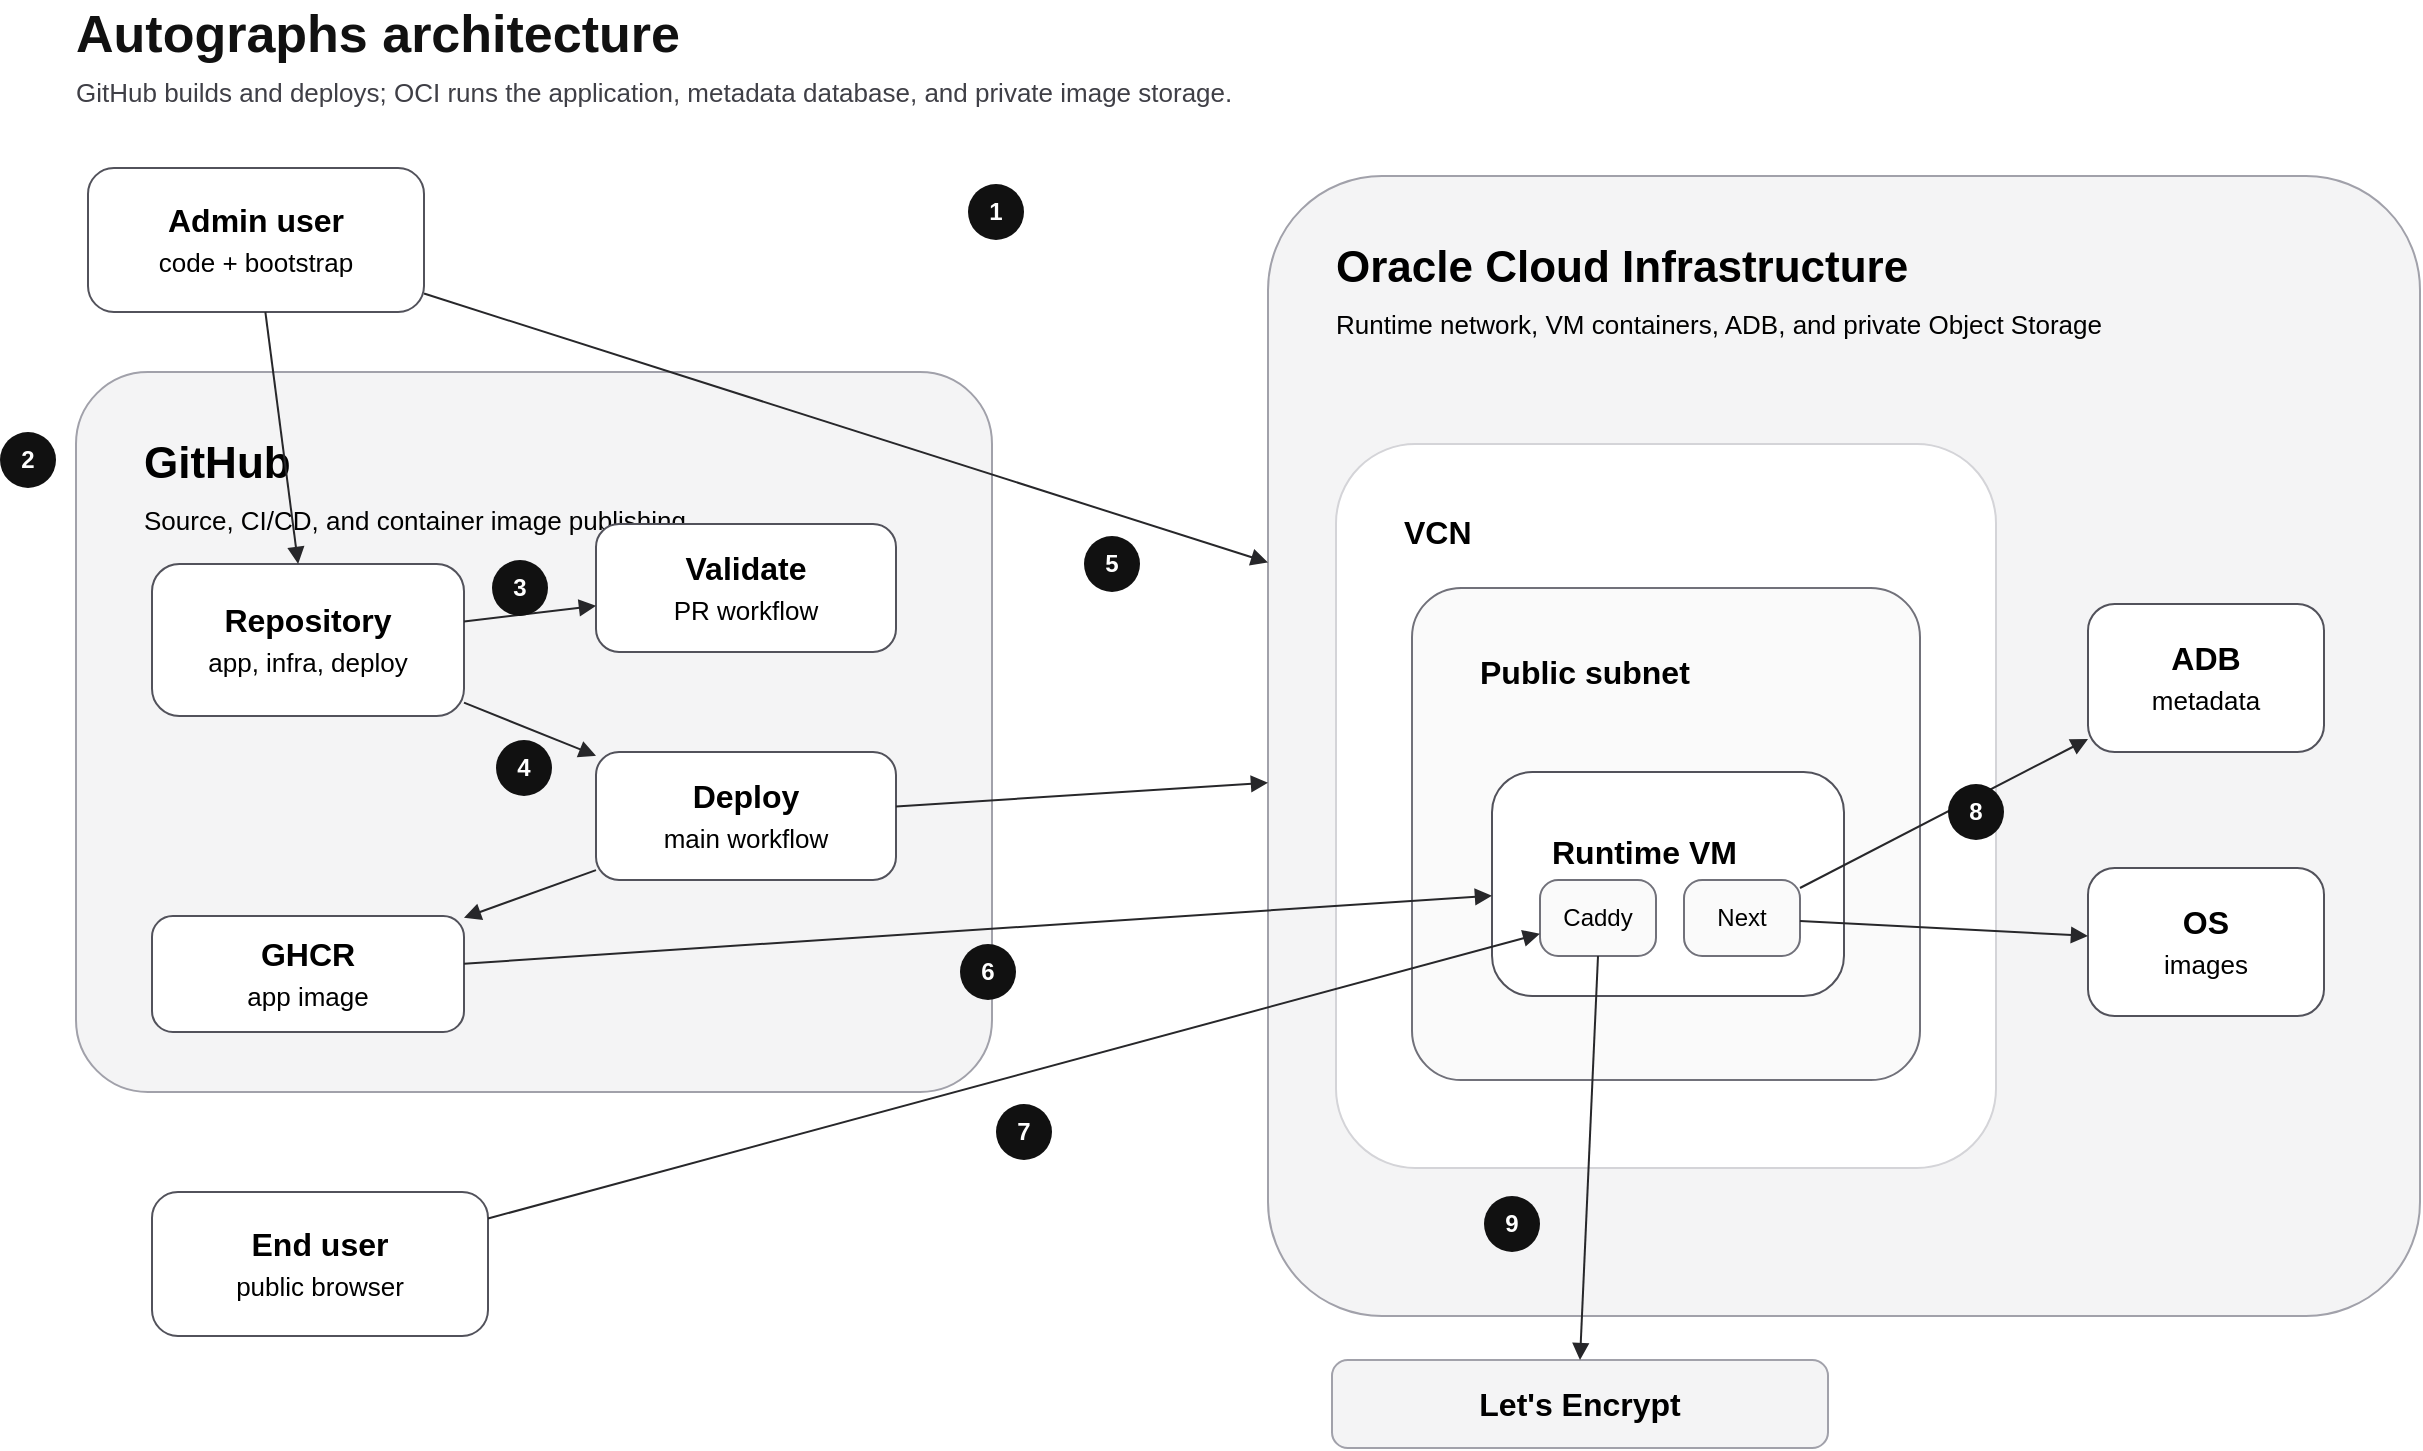
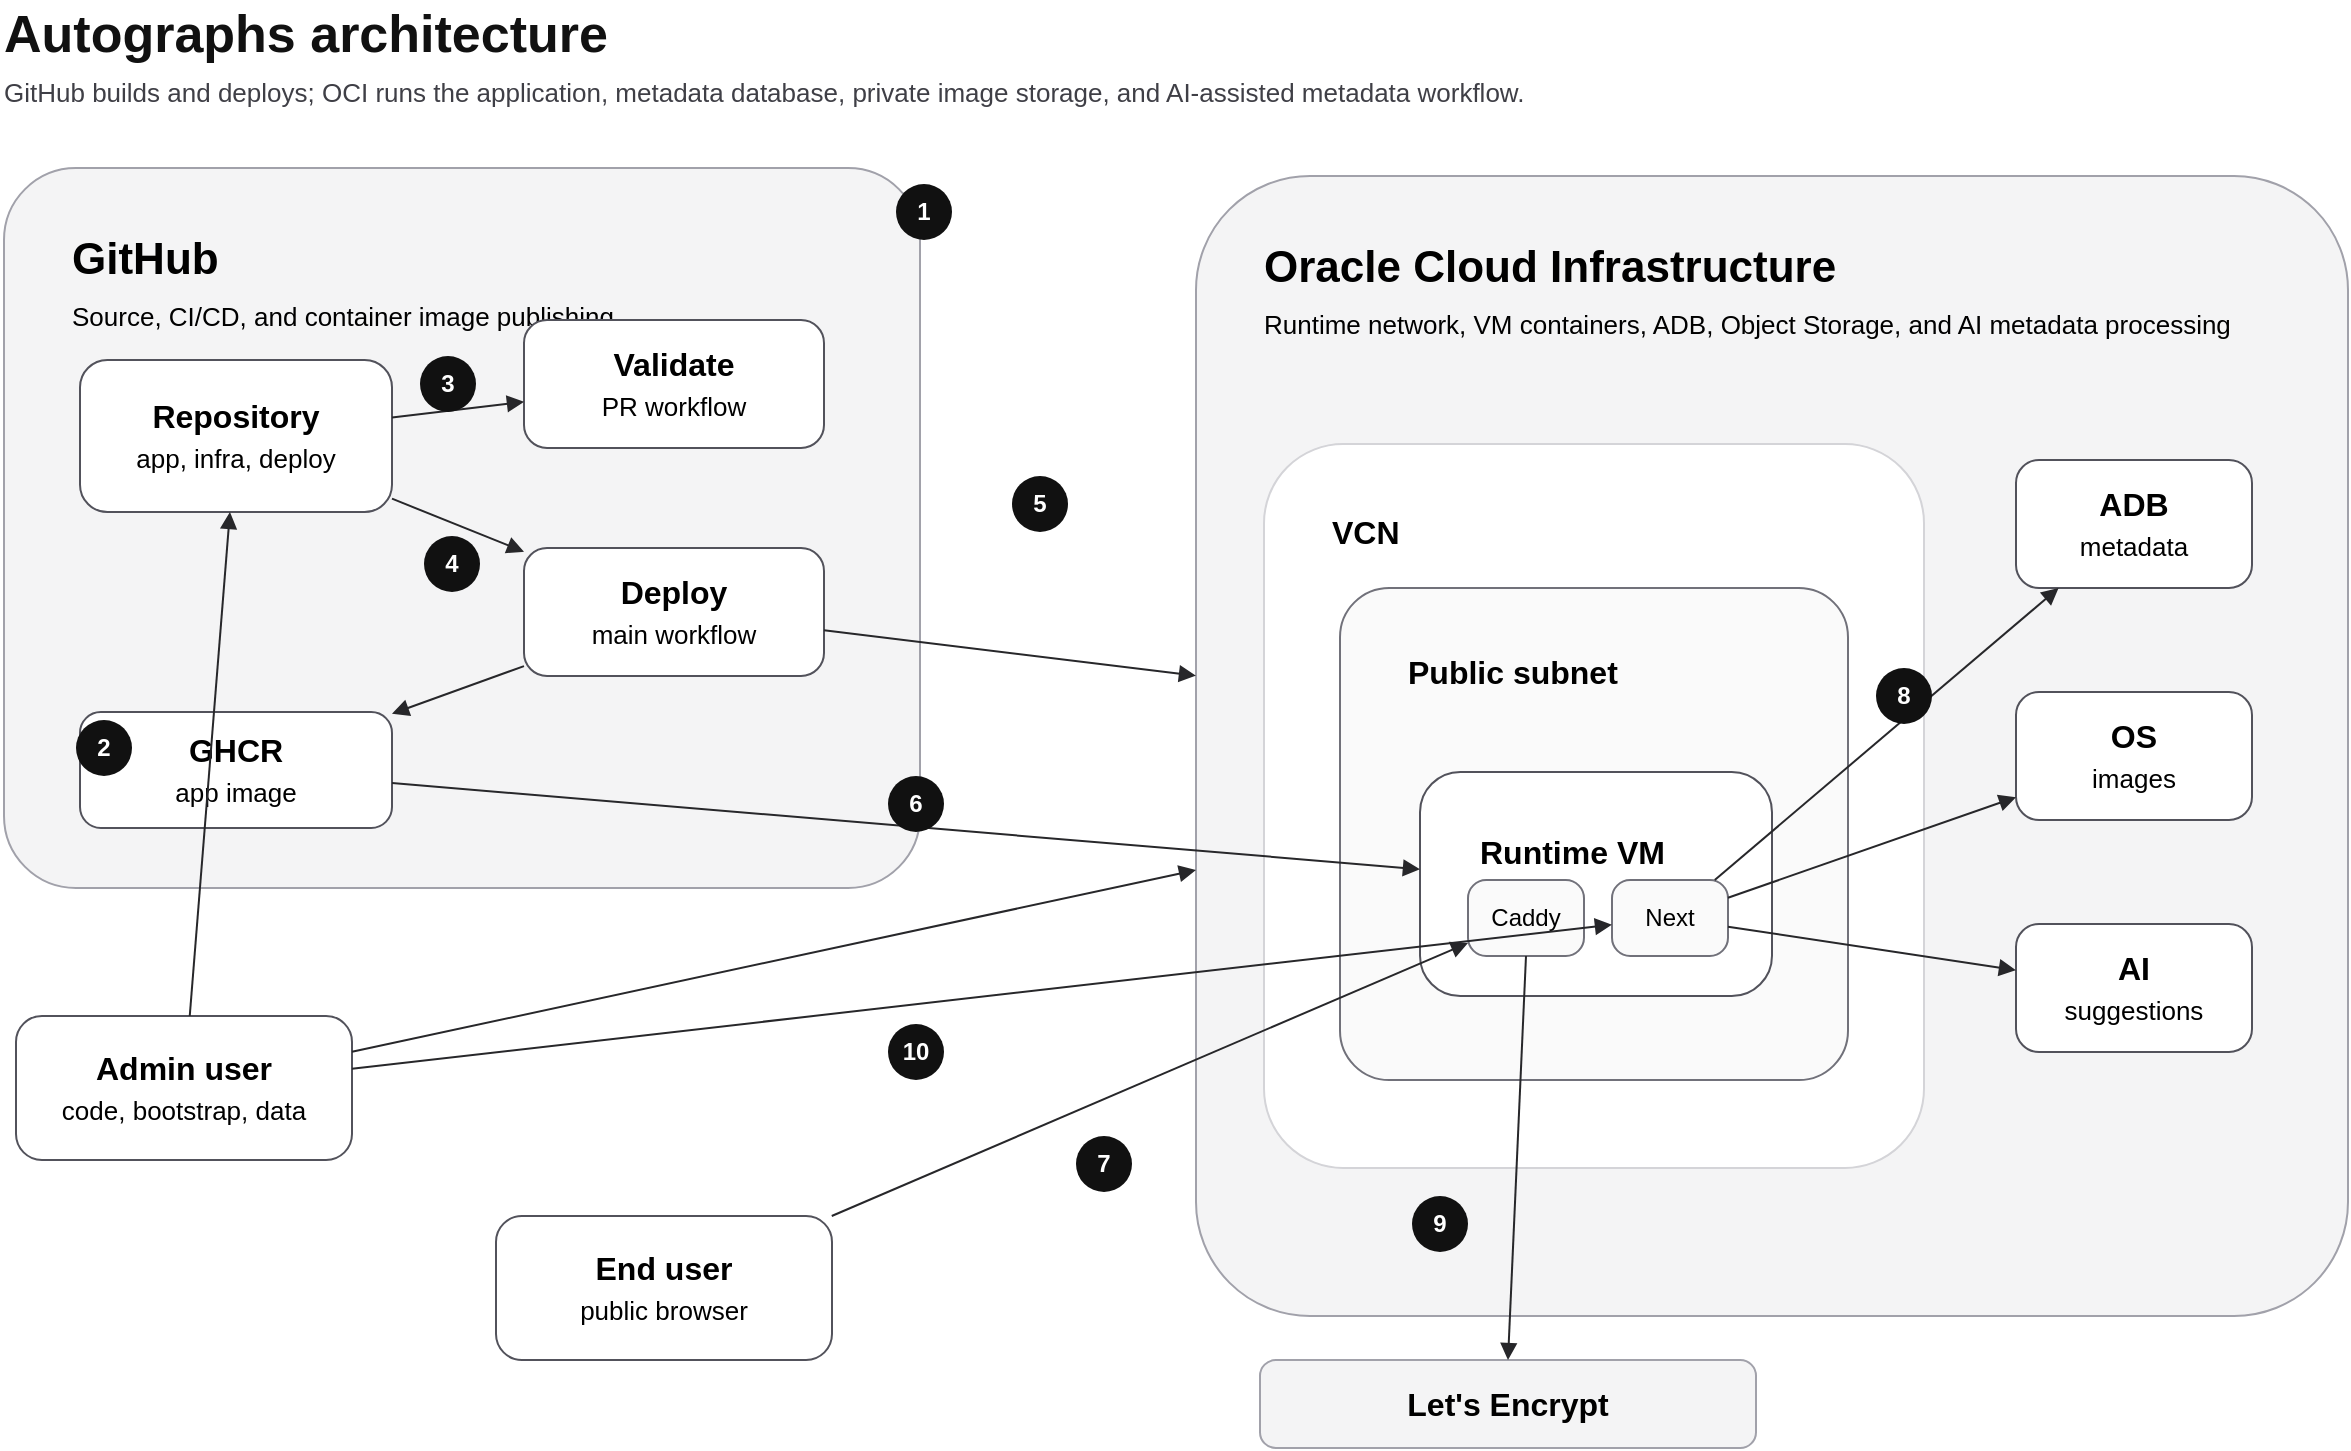
<mxfile host="app.diagrams.net" modified="2026-05-14T00:00:00.000Z" agent="Codex" version="24.7.17" type="device">
  <diagram id="autographs-simplified-architecture" name="Autographs Architecture">
    <mxGraphModel dx="1280" dy="760" grid="1" gridSize="10" guides="1" tooltips="1" connect="1" arrows="1" fold="1" page="1" pageScale="1" pageWidth="1280" pageHeight="760" math="0" shadow="0">
      <root>
        <mxCell id="0" />
        <mxCell id="1" parent="0" />
        <mxCell id="title" value="Autographs architecture" style="text;html=1;strokeColor=none;fillColor=none;fontSize=26;fontStyle=1;fontColor=#111111;align=left;verticalAlign=middle;" vertex="1" parent="1"><mxGeometry x="52" y="28" width="360" height="34" as="geometry" /></mxCell>
-         <mxCell id="subtitle" value="GitHub builds and deploys; OCI runs the application, metadata database, and private image storage." style="text;html=1;strokeColor=none;fillColor=none;fontSize=13;fontColor=#3f3f46;align=left;verticalAlign=middle;" vertex="1" parent="1"><mxGeometry x="52" y="62" width="720" height="24" as="geometry" /></mxCell>
-         <mxCell id="admin" value="&lt;b&gt;Admin user&lt;/b&gt;&lt;br&gt;&lt;font style=&quot;font-size: 13px;&quot;&gt;code + bootstrap&lt;/font&gt;" style="rounded=1;whiteSpace=wrap;html=1;fillColor=#ffffff;strokeColor=#52525b;arcSize=18;fontSize=16;" vertex="1" parent="1"><mxGeometry x="60" y="112" width="168" height="72" as="geometry" /></mxCell>
-         <mxCell id="github-zone" value="GitHub&lt;br&gt;&lt;font style=&quot;font-size: 13px; font-weight: 400;&quot;&gt;Source, CI/CD, and container image publishing&lt;/font&gt;" style="rounded=1;whiteSpace=wrap;html=1;fillColor=#f4f4f5;strokeColor=#a1a1aa;fontStyle=1;fontSize=22;align=left;verticalAlign=top;spacingLeft=32;spacingTop=26;arcSize=10;" vertex="1" parent="1"><mxGeometry x="54" y="214" width="458" height="360" as="geometry" /></mxCell>
-         <mxCell id="repo" value="&lt;b&gt;Repository&lt;/b&gt;&lt;br&gt;&lt;font style=&quot;font-size: 13px;&quot;&gt;app, infra, deploy&lt;/font&gt;" style="rounded=1;whiteSpace=wrap;html=1;fillColor=#ffffff;strokeColor=#52525b;arcSize=18;fontSize=16;" vertex="1" parent="1"><mxGeometry x="92" y="310" width="156" height="76" as="geometry" /></mxCell>
-         <mxCell id="validate" value="&lt;b&gt;Validate&lt;/b&gt;&lt;br&gt;&lt;font style=&quot;font-size: 13px;&quot;&gt;PR workflow&lt;/font&gt;" style="rounded=1;whiteSpace=wrap;html=1;fillColor=#ffffff;strokeColor=#52525b;arcSize=18;fontSize=16;" vertex="1" parent="1"><mxGeometry x="314" y="290" width="150" height="64" as="geometry" /></mxCell>
-         <mxCell id="deploy" value="&lt;b&gt;Deploy&lt;/b&gt;&lt;br&gt;&lt;font style=&quot;font-size: 13px;&quot;&gt;main workflow&lt;/font&gt;" style="rounded=1;whiteSpace=wrap;html=1;fillColor=#ffffff;strokeColor=#52525b;arcSize=18;fontSize=16;" vertex="1" parent="1"><mxGeometry x="314" y="404" width="150" height="64" as="geometry" /></mxCell>
-         <mxCell id="ghcr" value="&lt;b&gt;GHCR&lt;/b&gt;&lt;br&gt;&lt;font style=&quot;font-size: 13px;&quot;&gt;app image&lt;/font&gt;" style="rounded=1;whiteSpace=wrap;html=1;fillColor=#ffffff;strokeColor=#52525b;arcSize=18;fontSize=16;" vertex="1" parent="1"><mxGeometry x="92" y="486" width="156" height="58" as="geometry" /></mxCell>
-         <mxCell id="end-user" value="&lt;b&gt;End user&lt;/b&gt;&lt;br&gt;&lt;font style=&quot;font-size: 13px;&quot;&gt;public browser&lt;/font&gt;" style="rounded=1;whiteSpace=wrap;html=1;fillColor=#ffffff;strokeColor=#52525b;arcSize=18;fontSize=16;" vertex="1" parent="1"><mxGeometry x="92" y="624" width="168" height="72" as="geometry" /></mxCell>
-         <mxCell id="oci-zone" value="Oracle Cloud Infrastructure&lt;br&gt;&lt;font style=&quot;font-size: 13px; font-weight: 400;&quot;&gt;Runtime network, VM containers, ADB, and private Object Storage&lt;/font&gt;" style="rounded=1;whiteSpace=wrap;html=1;fillColor=#f4f4f5;strokeColor=#a1a1aa;fontStyle=1;fontSize=22;align=left;verticalAlign=top;spacingLeft=32;spacingTop=26;arcSize=10;" vertex="1" parent="1"><mxGeometry x="650" y="116" width="576" height="570" as="geometry" /></mxCell>
+         <mxCell id="subtitle" value="GitHub builds and deploys; OCI runs the application, metadata database, private image storage, and AI-assisted metadata workflow." style="text;html=1;strokeColor=none;fillColor=none;fontSize=13;fontColor=#3f3f46;align=left;verticalAlign=middle;" vertex="1" parent="1"><mxGeometry x="52" y="62" width="790" height="24" as="geometry" /></mxCell>
+         <mxCell id="github-zone" value="GitHub&lt;br&gt;&lt;font style=&quot;font-size: 13px; font-weight: 400;&quot;&gt;Source, CI/CD, and container image publishing&lt;/font&gt;" style="rounded=1;whiteSpace=wrap;html=1;fillColor=#f4f4f5;strokeColor=#a1a1aa;fontStyle=1;fontSize=22;align=left;verticalAlign=top;spacingLeft=32;spacingTop=26;arcSize=10;" vertex="1" parent="1"><mxGeometry x="54" y="112" width="458" height="360" as="geometry" /></mxCell>
+         <mxCell id="repo" value="&lt;b&gt;Repository&lt;/b&gt;&lt;br&gt;&lt;font style=&quot;font-size: 13px;&quot;&gt;app, infra, deploy&lt;/font&gt;" style="rounded=1;whiteSpace=wrap;html=1;fillColor=#ffffff;strokeColor=#52525b;arcSize=18;fontSize=16;" vertex="1" parent="1"><mxGeometry x="92" y="208" width="156" height="76" as="geometry" /></mxCell>
+         <mxCell id="validate" value="&lt;b&gt;Validate&lt;/b&gt;&lt;br&gt;&lt;font style=&quot;font-size: 13px;&quot;&gt;PR workflow&lt;/font&gt;" style="rounded=1;whiteSpace=wrap;html=1;fillColor=#ffffff;strokeColor=#52525b;arcSize=18;fontSize=16;" vertex="1" parent="1"><mxGeometry x="314" y="188" width="150" height="64" as="geometry" /></mxCell>
+         <mxCell id="deploy" value="&lt;b&gt;Deploy&lt;/b&gt;&lt;br&gt;&lt;font style=&quot;font-size: 13px;&quot;&gt;main workflow&lt;/font&gt;" style="rounded=1;whiteSpace=wrap;html=1;fillColor=#ffffff;strokeColor=#52525b;arcSize=18;fontSize=16;" vertex="1" parent="1"><mxGeometry x="314" y="302" width="150" height="64" as="geometry" /></mxCell>
+         <mxCell id="ghcr" value="&lt;b&gt;GHCR&lt;/b&gt;&lt;br&gt;&lt;font style=&quot;font-size: 13px;&quot;&gt;app image&lt;/font&gt;" style="rounded=1;whiteSpace=wrap;html=1;fillColor=#ffffff;strokeColor=#52525b;arcSize=18;fontSize=16;" vertex="1" parent="1"><mxGeometry x="92" y="384" width="156" height="58" as="geometry" /></mxCell>
+         <mxCell id="admin" value="&lt;b&gt;Admin user&lt;/b&gt;&lt;br&gt;&lt;font style=&quot;font-size: 13px;&quot;&gt;code, bootstrap, data&lt;/font&gt;" style="rounded=1;whiteSpace=wrap;html=1;fillColor=#ffffff;strokeColor=#52525b;arcSize=18;fontSize=16;" vertex="1" parent="1"><mxGeometry x="60" y="536" width="168" height="72" as="geometry" /></mxCell>
+         <mxCell id="end-user" value="&lt;b&gt;End user&lt;/b&gt;&lt;br&gt;&lt;font style=&quot;font-size: 13px;&quot;&gt;public browser&lt;/font&gt;" style="rounded=1;whiteSpace=wrap;html=1;fillColor=#ffffff;strokeColor=#52525b;arcSize=18;fontSize=16;" vertex="1" parent="1"><mxGeometry x="300" y="636" width="168" height="72" as="geometry" /></mxCell>
+         <mxCell id="oci-zone" value="Oracle Cloud Infrastructure&lt;br&gt;&lt;font style=&quot;font-size: 13px; font-weight: 400;&quot;&gt;Runtime network, VM containers, ADB, Object Storage, and AI metadata processing&lt;/font&gt;" style="rounded=1;whiteSpace=wrap;html=1;fillColor=#f4f4f5;strokeColor=#a1a1aa;fontStyle=1;fontSize=22;align=left;verticalAlign=top;spacingLeft=32;spacingTop=26;arcSize=10;" vertex="1" parent="1"><mxGeometry x="650" y="116" width="576" height="570" as="geometry" /></mxCell>
        <mxCell id="vcn" value="&lt;b&gt;VCN&lt;/b&gt;" style="rounded=1;whiteSpace=wrap;html=1;fillColor=#ffffff;strokeColor=#d4d4d8;arcSize=12;fontSize=16;align=left;verticalAlign=top;spacingLeft=32;spacingTop=28;" vertex="1" parent="1"><mxGeometry x="684" y="250" width="330" height="362" as="geometry" /></mxCell>
        <mxCell id="subnet" value="&lt;b&gt;Public subnet&lt;/b&gt;" style="rounded=1;whiteSpace=wrap;html=1;fillColor=#fafafa;strokeColor=#71717a;arcSize=10;fontSize=16;align=left;verticalAlign=top;spacingLeft=32;spacingTop=26;" vertex="1" parent="1"><mxGeometry x="722" y="322" width="254" height="246" as="geometry" /></mxCell>
        <mxCell id="vm" value="&lt;b&gt;Runtime VM&lt;/b&gt;" style="rounded=1;whiteSpace=wrap;html=1;fillColor=#ffffff;strokeColor=#52525b;arcSize=18;fontSize=16;align=left;verticalAlign=top;spacingLeft=28;spacingTop=24;" vertex="1" parent="1"><mxGeometry x="762" y="414" width="176" height="112" as="geometry" /></mxCell>
        <mxCell id="caddy" value="Caddy" style="rounded=1;whiteSpace=wrap;html=1;fillColor=#fafafa;strokeColor=#71717a;arcSize=24;fontSize=12;" vertex="1" parent="1"><mxGeometry x="786" y="468" width="58" height="38" as="geometry" /></mxCell>
        <mxCell id="next" value="Next" style="rounded=1;whiteSpace=wrap;html=1;fillColor=#fafafa;strokeColor=#71717a;arcSize=24;fontSize=12;" vertex="1" parent="1"><mxGeometry x="858" y="468" width="58" height="38" as="geometry" /></mxCell>
-         <mxCell id="adb" value="&lt;b&gt;ADB&lt;/b&gt;&lt;br&gt;&lt;font style=&quot;font-size: 13px;&quot;&gt;metadata&lt;/font&gt;" style="rounded=1;whiteSpace=wrap;html=1;fillColor=#ffffff;strokeColor=#52525b;arcSize=18;fontSize=16;" vertex="1" parent="1"><mxGeometry x="1060" y="330" width="118" height="74" as="geometry" /></mxCell>
-         <mxCell id="object-storage" value="&lt;b&gt;OS&lt;/b&gt;&lt;br&gt;&lt;font style=&quot;font-size: 13px;&quot;&gt;images&lt;/font&gt;" style="rounded=1;whiteSpace=wrap;html=1;fillColor=#ffffff;strokeColor=#52525b;arcSize=18;fontSize=16;" vertex="1" parent="1"><mxGeometry x="1060" y="462" width="118" height="74" as="geometry" /></mxCell>
+         <mxCell id="adb" value="&lt;b&gt;ADB&lt;/b&gt;&lt;br&gt;&lt;font style=&quot;font-size: 13px;&quot;&gt;metadata&lt;/font&gt;" style="rounded=1;whiteSpace=wrap;html=1;fillColor=#ffffff;strokeColor=#52525b;arcSize=18;fontSize=16;" vertex="1" parent="1"><mxGeometry x="1060" y="258" width="118" height="64" as="geometry" /></mxCell>
+         <mxCell id="object-storage" value="&lt;b&gt;OS&lt;/b&gt;&lt;br&gt;&lt;font style=&quot;font-size: 13px;&quot;&gt;images&lt;/font&gt;" style="rounded=1;whiteSpace=wrap;html=1;fillColor=#ffffff;strokeColor=#52525b;arcSize=18;fontSize=16;" vertex="1" parent="1"><mxGeometry x="1060" y="374" width="118" height="64" as="geometry" /></mxCell>
+         <mxCell id="ai-processing" value="&lt;b&gt;AI&lt;/b&gt;&lt;br&gt;&lt;font style=&quot;font-size: 13px;&quot;&gt;suggestions&lt;/font&gt;" style="rounded=1;whiteSpace=wrap;html=1;fillColor=#ffffff;strokeColor=#52525b;arcSize=18;fontSize=16;" vertex="1" parent="1"><mxGeometry x="1060" y="490" width="118" height="64" as="geometry" /></mxCell>
+         <mxCell id="lets-encrypt" value="&lt;b&gt;Let&apos;s Encrypt&lt;/b&gt;" style="rounded=1;whiteSpace=wrap;html=1;fillColor=#f4f4f5;strokeColor=#a1a1aa;arcSize=18;fontSize=16;" vertex="1" parent="1"><mxGeometry x="682" y="708" width="248" height="44" as="geometry" /></mxCell>
        <mxCell id="e-admin-repo" edge="1" parent="1" source="admin" target="repo" style="endArrow=block;html=1;rounded=1;strokeColor=#27272a;strokeWidth=1;"><mxGeometry relative="1" as="geometry" /></mxCell>
        <mxCell id="e-repo-validate" edge="1" parent="1" source="repo" target="validate" style="endArrow=block;html=1;rounded=1;strokeColor=#27272a;strokeWidth=1;"><mxGeometry relative="1" as="geometry" /></mxCell>
        <mxCell id="e-repo-deploy" edge="1" parent="1" source="repo" target="deploy" style="endArrow=block;html=1;rounded=1;strokeColor=#27272a;strokeWidth=1;"><mxGeometry relative="1" as="geometry" /></mxCell>
+         <mxCell id="e-deploy-ghcr" edge="1" parent="1" source="deploy" target="ghcr" style="endArrow=block;html=1;rounded=1;strokeColor=#27272a;strokeWidth=1;"><mxGeometry relative="1" as="geometry" /></mxCell>
        <mxCell id="e-deploy-oci" edge="1" parent="1" source="deploy" target="oci-zone" style="endArrow=block;html=1;rounded=1;strokeColor=#27272a;strokeWidth=1;"><mxGeometry relative="1" as="geometry" /></mxCell>
-         <mxCell id="e-deploy-ghcr" edge="1" parent="1" source="deploy" target="ghcr" style="endArrow=block;html=1;rounded=1;strokeColor=#27272a;strokeWidth=1;"><mxGeometry relative="1" as="geometry" /></mxCell>
+         <mxCell id="e-ghcr-vm" edge="1" parent="1" source="ghcr" target="vm" style="endArrow=block;html=1;rounded=1;strokeColor=#27272a;strokeWidth=1;"><mxGeometry relative="1" as="geometry" /></mxCell>
        <mxCell id="e-admin-oci" edge="1" parent="1" source="admin" target="oci-zone" style="endArrow=block;html=1;rounded=1;strokeColor=#27272a;strokeWidth=1;"><mxGeometry relative="1" as="geometry" /></mxCell>
-         <mxCell id="e-ghcr-vm" edge="1" parent="1" source="ghcr" target="vm" style="endArrow=block;html=1;rounded=1;strokeColor=#27272a;strokeWidth=1;"><mxGeometry relative="1" as="geometry" /></mxCell>
        <mxCell id="e-user-caddy" edge="1" parent="1" source="end-user" target="caddy" style="endArrow=block;html=1;rounded=1;strokeColor=#27272a;strokeWidth=1;"><mxGeometry relative="1" as="geometry" /></mxCell>
-         <mxCell id="lets-encrypt" value="&lt;b&gt;Let&apos;s Encrypt&lt;/b&gt;" style="rounded=1;whiteSpace=wrap;html=1;fillColor=#f4f4f5;strokeColor=#a1a1aa;arcSize=18;fontSize=16;" vertex="1" parent="1"><mxGeometry x="682" y="708" width="248" height="44" as="geometry" /></mxCell>
+         <mxCell id="e-admin-next" edge="1" parent="1" source="admin" target="next" style="endArrow=block;html=1;rounded=1;strokeColor=#27272a;strokeWidth=1;"><mxGeometry relative="1" as="geometry" /></mxCell>
+         <mxCell id="e-next-adb" edge="1" parent="1" source="next" target="adb" style="endArrow=block;html=1;rounded=1;strokeColor=#27272a;strokeWidth=1;"><mxGeometry relative="1" as="geometry" /></mxCell>
+         <mxCell id="e-next-os" edge="1" parent="1" source="next" target="object-storage" style="endArrow=block;html=1;rounded=1;strokeColor=#27272a;strokeWidth=1;"><mxGeometry relative="1" as="geometry" /></mxCell>
+         <mxCell id="e-next-ai" edge="1" parent="1" source="next" target="ai-processing" style="endArrow=block;html=1;rounded=1;strokeColor=#27272a;strokeWidth=1;"><mxGeometry relative="1" as="geometry" /></mxCell>
        <mxCell id="e-caddy-le" edge="1" parent="1" source="caddy" target="lets-encrypt" style="endArrow=block;html=1;rounded=1;strokeColor=#27272a;strokeWidth=1;exitX=0.5;exitY=1;entryX=0.5;entryY=0;"><mxGeometry relative="1" as="geometry" /></mxCell>
+         <mxCell id="n1" value="1" style="ellipse;whiteSpace=wrap;html=1;aspect=fixed;fillColor=#111111;strokeColor=none;fontColor=#ffffff;fontSize=12;fontStyle=1;" vertex="1" parent="1"><mxGeometry x="500" y="120" width="28" height="28" as="geometry" /></mxCell>
+         <mxCell id="n2" value="2" style="ellipse;whiteSpace=wrap;html=1;aspect=fixed;fillColor=#111111;strokeColor=none;fontColor=#ffffff;fontSize=12;fontStyle=1;" vertex="1" parent="1"><mxGeometry x="90" y="388" width="28" height="28" as="geometry" /></mxCell>
+         <mxCell id="n3" value="3" style="ellipse;whiteSpace=wrap;html=1;aspect=fixed;fillColor=#111111;strokeColor=none;fontColor=#ffffff;fontSize=12;fontStyle=1;" vertex="1" parent="1"><mxGeometry x="262" y="206" width="28" height="28" as="geometry" /></mxCell>
+         <mxCell id="n4" value="4" style="ellipse;whiteSpace=wrap;html=1;aspect=fixed;fillColor=#111111;strokeColor=none;fontColor=#ffffff;fontSize=12;fontStyle=1;" vertex="1" parent="1"><mxGeometry x="264" y="296" width="28" height="28" as="geometry" /></mxCell>
+         <mxCell id="n5" value="5" style="ellipse;whiteSpace=wrap;html=1;aspect=fixed;fillColor=#111111;strokeColor=none;fontColor=#ffffff;fontSize=12;fontStyle=1;" vertex="1" parent="1"><mxGeometry x="558" y="266" width="28" height="28" as="geometry" /></mxCell>
+         <mxCell id="n6" value="6" style="ellipse;whiteSpace=wrap;html=1;aspect=fixed;fillColor=#111111;strokeColor=none;fontColor=#ffffff;fontSize=12;fontStyle=1;" vertex="1" parent="1"><mxGeometry x="496" y="416" width="28" height="28" as="geometry" /></mxCell>
+         <mxCell id="n7" value="7" style="ellipse;whiteSpace=wrap;html=1;aspect=fixed;fillColor=#111111;strokeColor=none;fontColor=#ffffff;fontSize=12;fontStyle=1;" vertex="1" parent="1"><mxGeometry x="590" y="596" width="28" height="28" as="geometry" /></mxCell>
+         <mxCell id="n8" value="8" style="ellipse;whiteSpace=wrap;html=1;aspect=fixed;fillColor=#111111;strokeColor=none;fontColor=#ffffff;fontSize=12;fontStyle=1;" vertex="1" parent="1"><mxGeometry x="990" y="362" width="28" height="28" as="geometry" /></mxCell>
        <mxCell id="n9" value="9" style="ellipse;whiteSpace=wrap;html=1;aspect=fixed;fillColor=#111111;strokeColor=none;fontColor=#ffffff;fontSize=12;fontStyle=1;" vertex="1" parent="1"><mxGeometry x="758" y="626" width="28" height="28" as="geometry" /></mxCell>
-         <mxCell id="e-next-adb" edge="1" parent="1" source="next" target="adb" style="endArrow=block;html=1;rounded=1;strokeColor=#27272a;strokeWidth=1;"><mxGeometry relative="1" as="geometry" /></mxCell>
-         <mxCell id="e-next-object" edge="1" parent="1" source="next" target="object-storage" style="endArrow=block;html=1;rounded=1;strokeColor=#27272a;strokeWidth=1;"><mxGeometry relative="1" as="geometry" /></mxCell>
-         <mxCell id="n1" value="2" style="ellipse;whiteSpace=wrap;html=1;aspect=fixed;fillColor=#111111;strokeColor=none;fontColor=#ffffff;fontSize=12;fontStyle=1;" vertex="1" parent="1"><mxGeometry x="16" y="244" width="28" height="28" as="geometry" /></mxCell>
-         <mxCell id="n2" value="3" style="ellipse;whiteSpace=wrap;html=1;aspect=fixed;fillColor=#111111;strokeColor=none;fontColor=#ffffff;fontSize=12;fontStyle=1;" vertex="1" parent="1"><mxGeometry x="262" y="308" width="28" height="28" as="geometry" /></mxCell>
-         <mxCell id="n3" value="4" style="ellipse;whiteSpace=wrap;html=1;aspect=fixed;fillColor=#111111;strokeColor=none;fontColor=#ffffff;fontSize=12;fontStyle=1;" vertex="1" parent="1"><mxGeometry x="264" y="398" width="28" height="28" as="geometry" /></mxCell>
-         <mxCell id="n4" value="5" style="ellipse;whiteSpace=wrap;html=1;aspect=fixed;fillColor=#111111;strokeColor=none;fontColor=#ffffff;fontSize=12;fontStyle=1;" vertex="1" parent="1"><mxGeometry x="558" y="296" width="28" height="28" as="geometry" /></mxCell>
-         <mxCell id="n5" value="6" style="ellipse;whiteSpace=wrap;html=1;aspect=fixed;fillColor=#111111;strokeColor=none;fontColor=#ffffff;fontSize=12;fontStyle=1;" vertex="1" parent="1"><mxGeometry x="496" y="500" width="28" height="28" as="geometry" /></mxCell>
-         <mxCell id="n6" value="1" style="ellipse;whiteSpace=wrap;html=1;aspect=fixed;fillColor=#111111;strokeColor=none;fontColor=#ffffff;fontSize=12;fontStyle=1;" vertex="1" parent="1"><mxGeometry x="500" y="120" width="28" height="28" as="geometry" /></mxCell>
-         <mxCell id="n7" value="7" style="ellipse;whiteSpace=wrap;html=1;aspect=fixed;fillColor=#111111;strokeColor=none;fontColor=#ffffff;fontSize=12;fontStyle=1;" vertex="1" parent="1"><mxGeometry x="514" y="580" width="28" height="28" as="geometry" /></mxCell>
-         <mxCell id="n8" value="8" style="ellipse;whiteSpace=wrap;html=1;aspect=fixed;fillColor=#111111;strokeColor=none;fontColor=#ffffff;fontSize=12;fontStyle=1;" vertex="1" parent="1"><mxGeometry x="990" y="420" width="28" height="28" as="geometry" /></mxCell>
+         <mxCell id="n10" value="10" style="ellipse;whiteSpace=wrap;html=1;aspect=fixed;fillColor=#111111;strokeColor=none;fontColor=#ffffff;fontSize=12;fontStyle=1;" vertex="1" parent="1"><mxGeometry x="496" y="540" width="28" height="28" as="geometry" /></mxCell>
      </root>
    </mxGraphModel>
  </diagram>
</mxfile>
